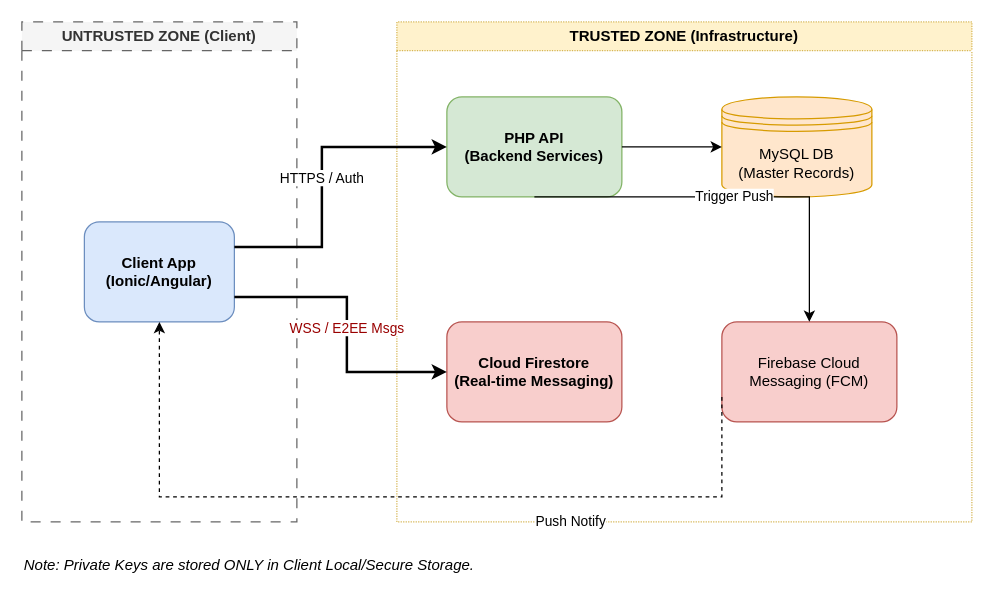
Above: docs/security/baseline/architecture-high-level.drawio in snapflect/ChatFlect (draw.io), before the change. Source tidied: cells renumbered, new cells numbered last; positions are measured from the earlier drawing's top-left corner, leaving out a move shared by most shapes. Both pictures are drawn from the tidied source at 125%, with x=0, y=0 at pixel (21, 21).
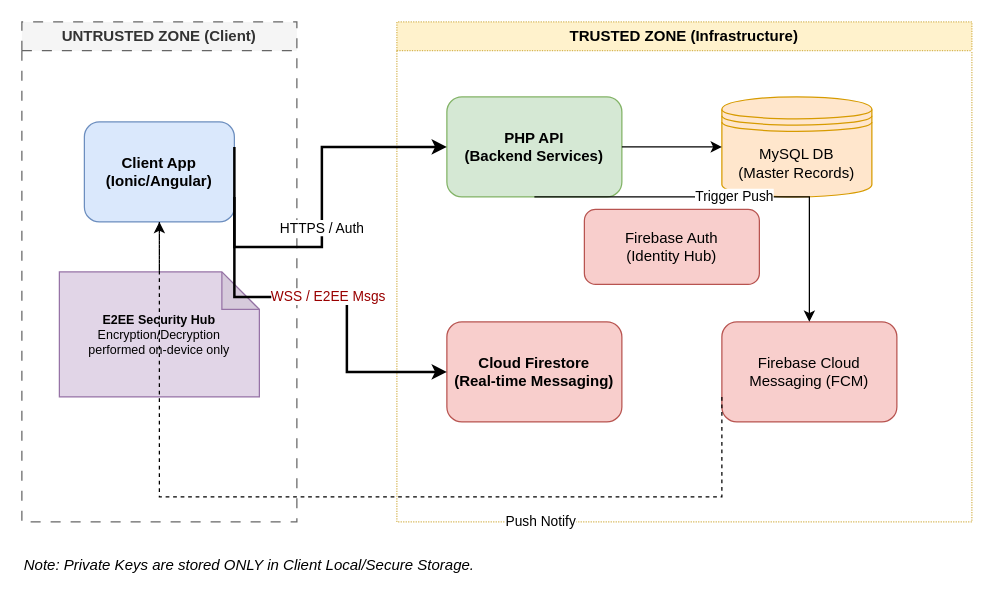
The same diagram, later.

Unchanged cells that the change refers to:
```xml
<mxCell id="2" value="UNTRUSTED ZONE (Client)" style="swimlane;whiteSpace=wrap;html=1;dashed=1;dashPattern=8 8;fillColor=#f5f5f5;fontColor=#333333;strokeColor=#666666;" parent="1" vertex="1">
  <mxGeometry width="220" height="400" as="geometry" />
</mxCell>
<mxCell id="4" value="TRUSTED ZONE (Infrastructure)" style="swimlane;whiteSpace=wrap;html=1;dashed=1;dashPattern=1 1;fillColor=#fff2cc;strokeColor=#d6b656;" parent="1" vertex="1">
  <mxGeometry x="300" width="460" height="400" as="geometry" />
</mxCell>
```

What changed in the source:
```diff
@@
     <mxCell id="3" value="Client App&#10;(Ionic/Angular)" style="rounded=1;whiteSpace=wrap;html=1;fillColor=#dae8fc;strokeColor=#6c8ebf;fontStyle=1;" parent="2" vertex="1">
-      <mxGeometry x="50" y="160" width="120" height="80" as="geometry" />
+      <mxGeometry x="50" y="80" width="120" height="80" as="geometry" />
     </mxCell>
+    <mxCell id="15" value="&lt;b&gt;E2EE Security Hub&lt;/b&gt;&#10;Encryption/Decryption&#10;performed on-device only" style="shape=note;whiteSpace=wrap;html=1;backgroundOutline=1;darkOpacity=0.05;fillColor=#e1d5e7;strokeColor=#9673a6;fontSize=10;" parent="2" vertex="1">
+      <mxGeometry x="30" y="200" width="160" height="100" as="geometry" />
+    </mxCell>
+    <mxCell id="16" style="endArrow=none;dashed=1;html=1;rounded=0;exitX=0.5;exitY=1;exitDx=0;exitDy=0;entryX=0.5;entryY=0;entryDx=0;entryDy=0;entryPerimeter=0;" parent="2" edge="1" source="3" target="15">
+      <mxGeometry relative="1" as="geometry" />
+    </mxCell>
@@
+    <mxCell id="17" value="Firebase Auth&#10;(Identity Hub)" style="rounded=1;whiteSpace=wrap;html=1;fillColor=#f8cecc;strokeColor=#b85450;" parent="4" vertex="1">
+      <mxGeometry x="150" y="150" width="140" height="60" as="geometry" />
+    </mxCell>
```
